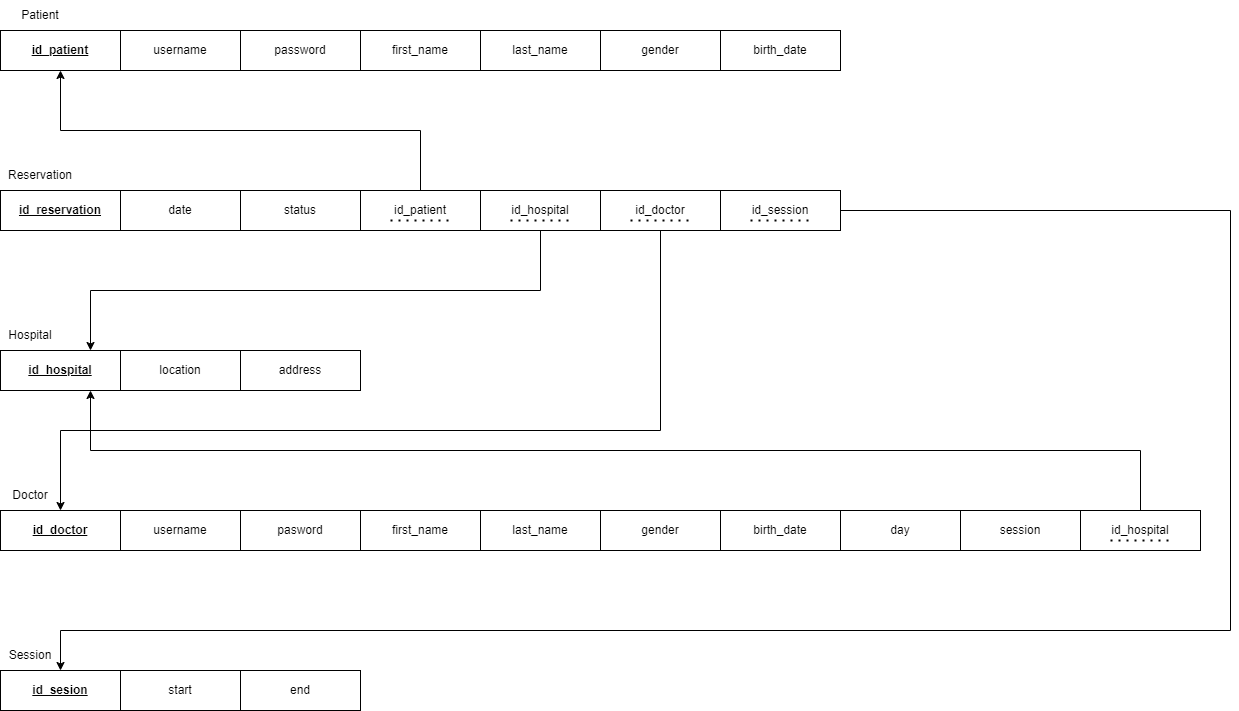
This is screenshot/diagramskematik.png from ahmadsubhand/Basdat_P1_Kelompok11_2023, a draw.io export, as it was before one commit. Source tidied: cells renumbered, new cells last; positions are measured from the earlier drawing's top-left corner, leaving out a move shared by most shapes. Source of this version:
```xml
<mxGraphModel>
  <root>
    <mxCell id="0" />
    <mxCell id="1" parent="0" />
    <mxCell id="2" value="Patient" style="text;html=1;strokeColor=none;fillColor=none;align=center;verticalAlign=middle;whiteSpace=wrap;rounded=0;" parent="1" vertex="1">
      <mxGeometry x="10" width="60" height="30" as="geometry" />
    </mxCell>
    <mxCell id="3" value="Reservation" style="text;html=1;strokeColor=none;fillColor=none;align=center;verticalAlign=middle;whiteSpace=wrap;rounded=0;" parent="1" vertex="1">
      <mxGeometry x="10" y="160" width="60" height="30" as="geometry" />
    </mxCell>
    <mxCell id="4" value="Doctor" style="text;html=1;strokeColor=none;fillColor=none;align=center;verticalAlign=middle;whiteSpace=wrap;rounded=0;" parent="1" vertex="1">
      <mxGeometry y="480" width="60" height="30" as="geometry" />
    </mxCell>
    <mxCell id="5" value="Hospital" style="text;html=1;strokeColor=none;fillColor=none;align=center;verticalAlign=middle;whiteSpace=wrap;rounded=0;" parent="1" vertex="1">
      <mxGeometry y="320" width="60" height="30" as="geometry" />
    </mxCell>
    <mxCell id="6" style="group;" parent="1" vertex="1">
      <mxGeometry y="190" width="840" height="40" as="geometry" />
    </mxCell>
    <mxCell id="7" value="&lt;b&gt;&lt;u&gt;id_reservation&lt;/u&gt;&lt;/b&gt;" style="rounded=0;whiteSpace=wrap;html=1;" parent="6" vertex="1">
      <mxGeometry width="120" height="40" as="geometry" />
    </mxCell>
    <mxCell id="8" style="group;" parent="6" vertex="1">
      <mxGeometry x="120" width="480" height="40" as="geometry" />
    </mxCell>
    <mxCell id="9" value="id_hospital" style="rounded=0;whiteSpace=wrap;html=1;" parent="8" vertex="1">
      <mxGeometry x="360" width="120" height="40" as="geometry" />
    </mxCell>
    <mxCell id="10" value="date" style="rounded=0;whiteSpace=wrap;html=1;" parent="8" vertex="1">
      <mxGeometry width="120" height="40" as="geometry" />
    </mxCell>
    <mxCell id="11" value="id_patient" style="rounded=0;whiteSpace=wrap;html=1;" parent="8" vertex="1">
      <mxGeometry x="240" width="120" height="40" as="geometry" />
    </mxCell>
    <mxCell id="12" value="status" style="rounded=0;whiteSpace=wrap;html=1;" parent="8" vertex="1">
      <mxGeometry x="120" width="120" height="40" as="geometry" />
    </mxCell>
    <mxCell id="13" style="endArrow=none;dashed=1;html=1;dashPattern=1 3;strokeWidth=2;rounded=0;" parent="8" edge="1">
      <mxGeometry relative="1" as="geometry">
        <mxPoint x="270" y="30" as="sourcePoint" />
        <mxPoint x="330" y="30" as="targetPoint" />
      </mxGeometry>
    </mxCell>
    <mxCell id="14" style="endArrow=none;dashed=1;html=1;dashPattern=1 3;strokeWidth=2;rounded=0;" parent="8" edge="1">
      <mxGeometry relative="1" as="geometry">
        <mxPoint x="390" y="30" as="sourcePoint" />
        <mxPoint x="450" y="30" as="targetPoint" />
      </mxGeometry>
    </mxCell>
    <mxCell id="15" value="id_session" style="rounded=0;whiteSpace=wrap;html=1;" parent="6" vertex="1">
      <mxGeometry x="720" width="120" height="40" as="geometry" />
    </mxCell>
    <mxCell id="16" value="id_doctor" style="rounded=0;whiteSpace=wrap;html=1;" parent="6" vertex="1">
      <mxGeometry x="600" width="120" height="40" as="geometry" />
    </mxCell>
    <mxCell id="17" style="endArrow=none;dashed=1;html=1;dashPattern=1 3;strokeWidth=2;rounded=0;" parent="6" edge="1">
      <mxGeometry relative="1" as="geometry">
        <mxPoint x="750" y="30" as="sourcePoint" />
        <mxPoint x="810" y="30" as="targetPoint" />
      </mxGeometry>
    </mxCell>
    <mxCell id="18" style="endArrow=none;dashed=1;html=1;dashPattern=1 3;strokeWidth=2;rounded=0;" parent="6" edge="1">
      <mxGeometry relative="1" as="geometry">
        <mxPoint x="630" y="30" as="sourcePoint" />
        <mxPoint x="690" y="30" as="targetPoint" />
      </mxGeometry>
    </mxCell>
    <mxCell id="19" value="id_hospital" style="rounded=0;whiteSpace=wrap;html=1;" parent="1" vertex="1">
      <mxGeometry x="1080" y="510" width="120" height="40" as="geometry" />
    </mxCell>
    <mxCell id="20" style="group;" parent="1" vertex="1">
      <mxGeometry y="670" width="360" height="40" as="geometry" />
    </mxCell>
    <mxCell id="21" value="start" style="rounded=0;whiteSpace=wrap;html=1;" parent="20" vertex="1">
      <mxGeometry x="120" width="120" height="40" as="geometry" />
    </mxCell>
    <mxCell id="22" value="end" style="rounded=0;whiteSpace=wrap;html=1;" parent="20" vertex="1">
      <mxGeometry x="240" width="120" height="40" as="geometry" />
    </mxCell>
    <mxCell id="23" value="&lt;u&gt;&lt;b&gt;id_sesion&lt;/b&gt;&lt;/u&gt;" style="rounded=0;whiteSpace=wrap;html=1;" parent="20" vertex="1">
      <mxGeometry width="120" height="40" as="geometry" />
    </mxCell>
    <mxCell id="24" value="Session" style="text;html=1;strokeColor=none;fillColor=none;align=center;verticalAlign=middle;whiteSpace=wrap;rounded=0;" parent="1" vertex="1">
      <mxGeometry y="640" width="60" height="30" as="geometry" />
    </mxCell>
    <mxCell id="25" style="group;" parent="1" vertex="1">
      <mxGeometry y="30" width="840" height="40" as="geometry" />
    </mxCell>
    <mxCell id="26" value="gender" style="rounded=0;whiteSpace=wrap;html=1;" parent="25" vertex="1">
      <mxGeometry x="600" width="120" height="40" as="geometry" />
    </mxCell>
    <mxCell id="27" value="last_name" style="rounded=0;whiteSpace=wrap;html=1;" parent="25" vertex="1">
      <mxGeometry x="480" width="120" height="40" as="geometry" />
    </mxCell>
    <mxCell id="28" value="first_name" style="rounded=0;whiteSpace=wrap;html=1;" parent="25" vertex="1">
      <mxGeometry x="360" width="120" height="40" as="geometry" />
    </mxCell>
    <mxCell id="29" value="password" style="rounded=0;whiteSpace=wrap;html=1;" parent="25" vertex="1">
      <mxGeometry x="240" width="120" height="40" as="geometry" />
    </mxCell>
    <mxCell id="30" style="rounded=0;whiteSpace=wrap;html=1;" parent="25" vertex="1">
      <mxGeometry x="120" width="120" height="40" as="geometry" />
    </mxCell>
    <mxCell id="31" style="rounded=0;whiteSpace=wrap;html=1;" parent="25" vertex="1">
      <mxGeometry width="120" height="40" as="geometry" />
    </mxCell>
    <mxCell id="32" value="&lt;b&gt;&lt;u&gt;id_patient&lt;/u&gt;&lt;/b&gt;" style="text;html=1;strokeColor=none;fillColor=none;align=center;verticalAlign=middle;whiteSpace=wrap;rounded=0;" parent="25" vertex="1">
      <mxGeometry x="30" y="5" width="60" height="30" as="geometry" />
    </mxCell>
    <mxCell id="33" value="username" style="text;html=1;strokeColor=none;fillColor=none;align=center;verticalAlign=middle;whiteSpace=wrap;rounded=0;" parent="25" vertex="1">
      <mxGeometry x="150" y="5" width="60" height="30" as="geometry" />
    </mxCell>
    <mxCell id="34" value="birth_date" style="rounded=0;whiteSpace=wrap;html=1;" parent="25" vertex="1">
      <mxGeometry x="720" width="120" height="40" as="geometry" />
    </mxCell>
    <mxCell id="35" style="endArrow=classic;html=1;rounded=0;entryX=0.5;entryY=1;entryDx=0;entryDy=0;exitX=0.5;exitY=0;exitDx=0;exitDy=0;edgeStyle=orthogonalEdgeStyle;" parent="1" edge="1" source="11" target="31">
      <mxGeometry relative="1" as="geometry" />
    </mxCell>
    <mxCell id="36" style="endArrow=classic;html=1;rounded=0;exitX=0.5;exitY=1;exitDx=0;exitDy=0;edgeStyle=orthogonalEdgeStyle;entryX=0.75;entryY=0;entryDx=0;entryDy=0;" parent="1" edge="1" source="9" target="54">
      <mxGeometry relative="1" as="geometry">
        <Array as="points">
          <mxPoint x="540" y="290" />
          <mxPoint x="90" y="290" />
        </Array>
      </mxGeometry>
    </mxCell>
    <mxCell id="37" style="endArrow=classic;html=1;rounded=0;entryX=0.5;entryY=0;entryDx=0;entryDy=0;exitX=0.5;exitY=1;exitDx=0;exitDy=0;edgeStyle=orthogonalEdgeStyle;" parent="1" edge="1" source="16" target="42">
      <mxGeometry relative="1" as="geometry">
        <Array as="points">
          <mxPoint x="660" y="430" />
          <mxPoint x="60" y="430" />
        </Array>
      </mxGeometry>
    </mxCell>
    <mxCell id="38" style="endArrow=classic;html=1;rounded=0;exitX=1;exitY=0.5;exitDx=0;exitDy=0;entryX=1;entryY=1;entryDx=0;entryDy=0;edgeStyle=orthogonalEdgeStyle;" parent="1" edge="1" source="15" target="24">
      <mxGeometry relative="1" as="geometry">
        <Array as="points">
          <mxPoint x="1230" y="210" />
          <mxPoint x="1230" y="630" />
          <mxPoint x="60" y="630" />
        </Array>
      </mxGeometry>
    </mxCell>
    <mxCell id="39" style="endArrow=classic;html=1;rounded=0;exitX=0.5;exitY=0;exitDx=0;exitDy=0;entryX=0.75;entryY=1;entryDx=0;entryDy=0;edgeStyle=orthogonalEdgeStyle;" parent="1" edge="1" source="19" target="54">
      <mxGeometry relative="1" as="geometry" />
    </mxCell>
    <mxCell id="40" style="group;" parent="1" vertex="1">
      <mxGeometry y="510" width="1170" height="40" as="geometry" />
    </mxCell>
    <mxCell id="41" style="group;" parent="40" vertex="1">
      <mxGeometry width="840" height="40" as="geometry" />
    </mxCell>
    <mxCell id="42" value="&lt;u&gt;&lt;b&gt;id_doctor&lt;/b&gt;&lt;/u&gt;" style="rounded=0;whiteSpace=wrap;html=1;" parent="41" vertex="1">
      <mxGeometry width="120" height="40" as="geometry" />
    </mxCell>
    <mxCell id="43" style="group;" parent="41" vertex="1">
      <mxGeometry x="120" width="480" height="40" as="geometry" />
    </mxCell>
    <mxCell id="44" value="last_name" style="rounded=0;whiteSpace=wrap;html=1;" parent="43" vertex="1">
      <mxGeometry x="360" width="120" height="40" as="geometry" />
    </mxCell>
    <mxCell id="45" value="username" style="rounded=0;whiteSpace=wrap;html=1;" parent="43" vertex="1">
      <mxGeometry width="120" height="40" as="geometry" />
    </mxCell>
    <mxCell id="46" value="first_name" style="rounded=0;whiteSpace=wrap;html=1;" parent="43" vertex="1">
      <mxGeometry x="240" width="120" height="40" as="geometry" />
    </mxCell>
    <mxCell id="47" value="pasword" style="rounded=0;whiteSpace=wrap;html=1;" parent="43" vertex="1">
      <mxGeometry x="120" width="120" height="40" as="geometry" />
    </mxCell>
    <mxCell id="48" value="birth_date" style="rounded=0;whiteSpace=wrap;html=1;" parent="41" vertex="1">
      <mxGeometry x="720" width="120" height="40" as="geometry" />
    </mxCell>
    <mxCell id="49" value="gender" style="rounded=0;whiteSpace=wrap;html=1;" parent="41" vertex="1">
      <mxGeometry x="600" width="120" height="40" as="geometry" />
    </mxCell>
    <mxCell id="50" value="day" style="rounded=0;whiteSpace=wrap;html=1;" parent="40" vertex="1">
      <mxGeometry x="840" width="120" height="40" as="geometry" />
    </mxCell>
    <mxCell id="51" value="session" style="rounded=0;whiteSpace=wrap;html=1;" parent="40" vertex="1">
      <mxGeometry x="960" width="120" height="40" as="geometry" />
    </mxCell>
    <mxCell id="52" style="endArrow=none;dashed=1;html=1;dashPattern=1 3;strokeWidth=2;rounded=0;" parent="40" edge="1">
      <mxGeometry relative="1" as="geometry">
        <mxPoint x="1110" y="30" as="sourcePoint" />
        <mxPoint x="1170" y="30" as="targetPoint" />
      </mxGeometry>
    </mxCell>
    <mxCell id="53" style="group;" parent="1" vertex="1">
      <mxGeometry y="350" width="360" height="40" as="geometry" />
    </mxCell>
    <mxCell id="54" value="&lt;b&gt;&lt;u&gt;id_hospital&lt;/u&gt;&lt;/b&gt;" style="rounded=0;whiteSpace=wrap;html=1;" parent="53" vertex="1">
      <mxGeometry width="120" height="40" as="geometry" />
    </mxCell>
    <mxCell id="55" value="address" style="rounded=0;whiteSpace=wrap;html=1;" parent="53" vertex="1">
      <mxGeometry x="240" width="120" height="40" as="geometry" />
    </mxCell>
    <mxCell id="56" value="location" style="rounded=0;whiteSpace=wrap;html=1;" parent="53" vertex="1">
      <mxGeometry x="120" width="120" height="40" as="geometry" />
    </mxCell>
  </root>
</mxGraphModel>
```
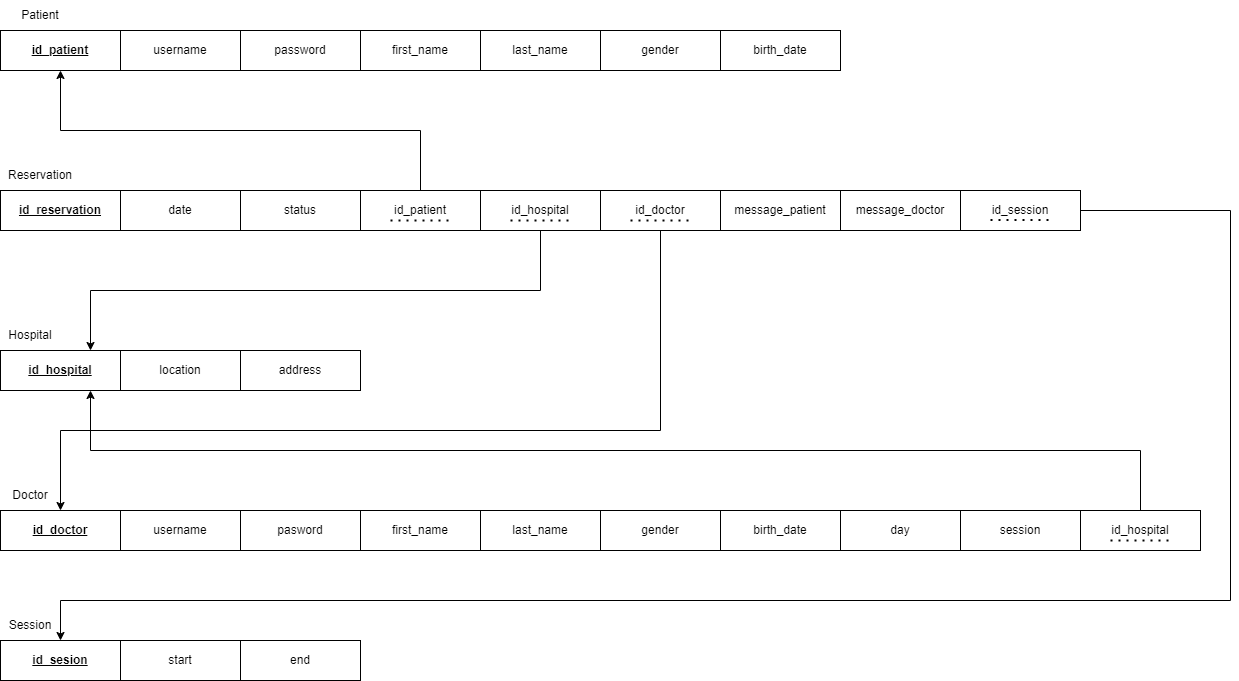
Later version of the same file.

What changed in the source:
```diff
@@ -15,7 +15,7 @@
       <mxGeometry y="320" width="60" height="30" as="geometry" />
     </mxCell>
     <mxCell id="6" style="group;" parent="1" vertex="1">
-      <mxGeometry y="190" width="840" height="40" as="geometry" />
+      <mxGeometry y="190" width="840" height="60" as="geometry" />
     </mxCell>
     <mxCell id="7" value="&lt;b&gt;&lt;u&gt;id_reservation&lt;/u&gt;&lt;/b&gt;" style="rounded=0;whiteSpace=wrap;html=1;" parent="6" vertex="1">
       <mxGeometry width="120" height="40" as="geometry" />
@@ -47,18 +47,12 @@
         <mxPoint x="450" y="30" as="targetPoint" />
       </mxGeometry>
     </mxCell>
-    <mxCell id="15" value="id_session" style="rounded=0;whiteSpace=wrap;html=1;" parent="6" vertex="1">
+    <mxCell id="15" value="message_patient" style="rounded=0;whiteSpace=wrap;html=1;" parent="6" vertex="1">
       <mxGeometry x="720" width="120" height="40" as="geometry" />
     </mxCell>
     <mxCell id="16" value="id_doctor" style="rounded=0;whiteSpace=wrap;html=1;" parent="6" vertex="1">
       <mxGeometry x="600" width="120" height="40" as="geometry" />
     </mxCell>
-    <mxCell id="17" style="endArrow=none;dashed=1;html=1;dashPattern=1 3;strokeWidth=2;rounded=0;" parent="6" edge="1">
-      <mxGeometry relative="1" as="geometry">
-        <mxPoint x="750" y="30" as="sourcePoint" />
-        <mxPoint x="810" y="30" as="targetPoint" />
-      </mxGeometry>
-    </mxCell>
     <mxCell id="18" style="endArrow=none;dashed=1;html=1;dashPattern=1 3;strokeWidth=2;rounded=0;" parent="6" edge="1">
       <mxGeometry relative="1" as="geometry">
         <mxPoint x="630" y="30" as="sourcePoint" />
@@ -69,7 +63,7 @@
       <mxGeometry x="1080" y="510" width="120" height="40" as="geometry" />
     </mxCell>
     <mxCell id="20" style="group;" parent="1" vertex="1">
-      <mxGeometry y="670" width="360" height="40" as="geometry" />
+      <mxGeometry y="640" width="360" height="40" as="geometry" />
     </mxCell>
     <mxCell id="21" value="start" style="rounded=0;whiteSpace=wrap;html=1;" parent="20" vertex="1">
       <mxGeometry x="120" width="120" height="40" as="geometry" />
@@ -81,7 +75,7 @@
       <mxGeometry width="120" height="40" as="geometry" />
     </mxCell>
     <mxCell id="24" value="Session" style="text;html=1;strokeColor=none;fillColor=none;align=center;verticalAlign=middle;whiteSpace=wrap;rounded=0;" parent="1" vertex="1">
-      <mxGeometry y="640" width="60" height="30" as="geometry" />
+      <mxGeometry y="610" width="60" height="30" as="geometry" />
     </mxCell>
     <mxCell id="25" style="group;" parent="1" vertex="1">
       <mxGeometry y="30" width="840" height="40" as="geometry" />
@@ -132,12 +126,14 @@
         </Array>
       </mxGeometry>
     </mxCell>
-    <mxCell id="38" style="endArrow=classic;html=1;rounded=0;exitX=1;exitY=0.5;exitDx=0;exitDy=0;entryX=1;entryY=1;entryDx=0;entryDy=0;edgeStyle=orthogonalEdgeStyle;" parent="1" edge="1" source="15" target="24">
+    <mxCell id="38" style="endArrow=classic;html=1;rounded=0;entryX=1;entryY=1;entryDx=0;entryDy=0;edgeStyle=orthogonalEdgeStyle;" parent="1" edge="1">
       <mxGeometry relative="1" as="geometry">
+        <mxPoint x="1080" y="210" as="sourcePoint" />
+        <mxPoint x="60" y="640" as="targetPoint" />
         <Array as="points">
           <mxPoint x="1230" y="210" />
-          <mxPoint x="1230" y="630" />
-          <mxPoint x="60" y="630" />
+          <mxPoint x="1230" y="600" />
+          <mxPoint x="60" y="600" />
         </Array>
       </mxGeometry>
     </mxCell>
@@ -198,5 +194,17 @@
     <mxCell id="56" value="location" style="rounded=0;whiteSpace=wrap;html=1;" parent="53" vertex="1">
       <mxGeometry x="120" width="120" height="40" as="geometry" />
     </mxCell>
+    <mxCell id="57" value="id_session" style="rounded=0;whiteSpace=wrap;html=1;" parent="1" vertex="1">
+      <mxGeometry x="960" y="190" width="120" height="40" as="geometry" />
+    </mxCell>
+    <mxCell id="17" style="endArrow=none;dashed=1;html=1;dashPattern=1 3;strokeWidth=2;rounded=0;" parent="1" edge="1">
+      <mxGeometry relative="1" as="geometry">
+        <mxPoint x="990" y="219.5" as="sourcePoint" />
+        <mxPoint x="1050" y="219.5" as="targetPoint" />
+      </mxGeometry>
+    </mxCell>
+    <mxCell id="58" value="message_doctor" style="rounded=0;whiteSpace=wrap;html=1;" parent="1" vertex="1">
+      <mxGeometry x="840" y="190" width="120" height="40" as="geometry" />
+    </mxCell>
   </root>
 </mxGraphModel>
```
